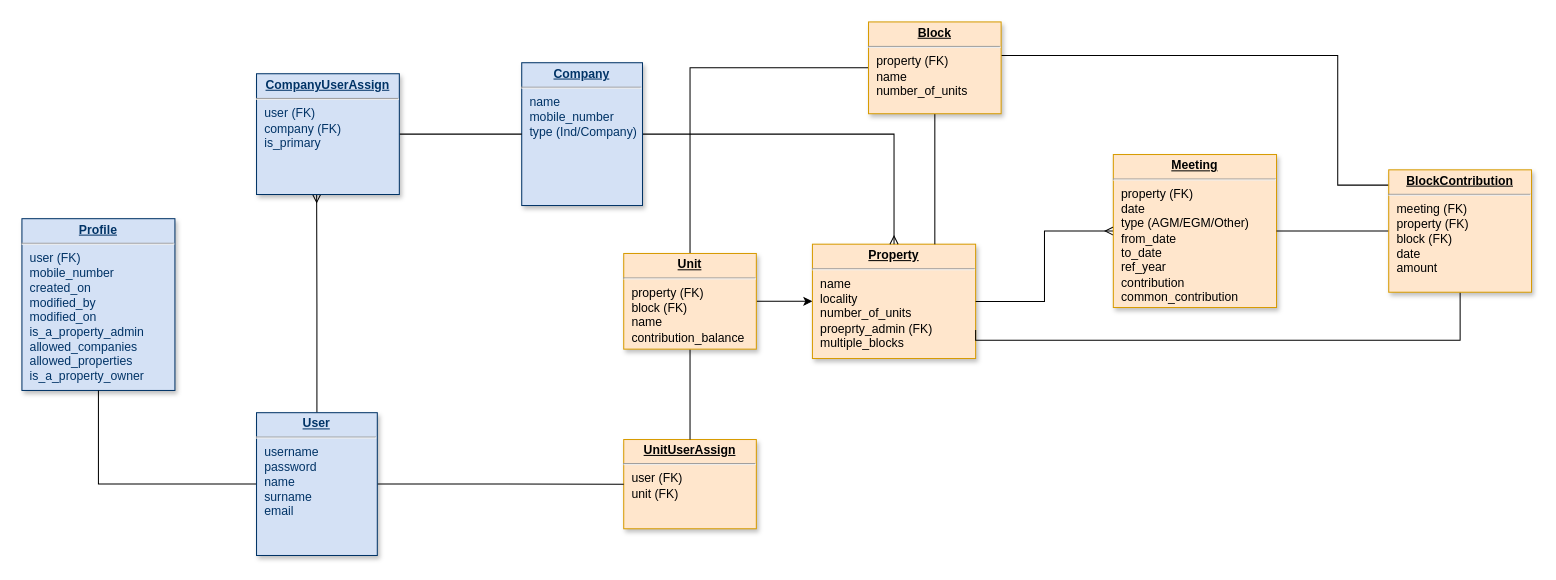
Above: Untitled Diagram.drawio in gilubilu/hello-world (draw.io), before the change. Source tidied: cells renumbered, new cells numbered last; positions are measured from the earlier drawing's top-left corner, leaving out a move shared by most shapes. Both pictures are drawn from the tidied source at 102%, with x=0, y=0 at pixel (21, 21).
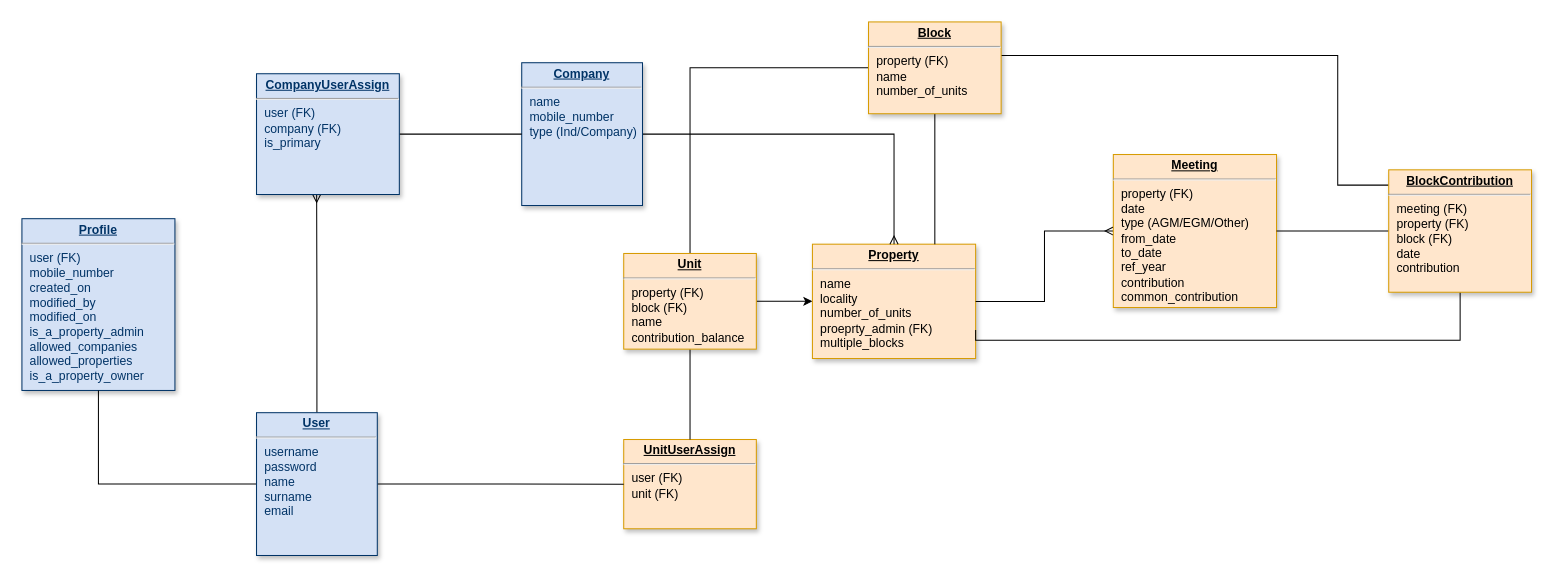
The same diagram, later.

What changed in the source:
```diff
@@
-    <mxCell id="22" value="&lt;p style=&quot;margin: 0px ; margin-top: 4px ; text-align: center ; text-decoration: underline&quot;&gt;&lt;strong&gt;BlockContribution&lt;/strong&gt;&lt;/p&gt;&lt;hr&gt;&lt;p style=&quot;margin: 0px ; margin-left: 8px&quot;&gt;meeting (FK)&lt;/p&gt;&lt;p style=&quot;margin: 0px ; margin-left: 8px&quot;&gt;property (FK)&lt;/p&gt;&lt;p style=&quot;margin: 0px ; margin-left: 8px&quot;&gt;block (FK)&lt;/p&gt;&lt;p style=&quot;margin: 0px ; margin-left: 8px&quot;&gt;date&lt;/p&gt;&lt;p style=&quot;margin: 0px ; margin-left: 8px&quot;&gt;&lt;span&gt;amount&lt;/span&gt;&lt;/p&gt;" style="verticalAlign=top;align=left;overflow=fill;fontSize=12;fontFamily=Helvetica;html=1;strokeColor=#d79b00;shadow=1;fillColor=#ffe6cc;direction=west;" parent="1" vertex="1">
+    <mxCell id="22" value="&lt;p style=&quot;margin: 0px ; margin-top: 4px ; text-align: center ; text-decoration: underline&quot;&gt;&lt;strong&gt;BlockContribution&lt;/strong&gt;&lt;/p&gt;&lt;hr&gt;&lt;p style=&quot;margin: 0px ; margin-left: 8px&quot;&gt;meeting (FK)&lt;/p&gt;&lt;p style=&quot;margin: 0px ; margin-left: 8px&quot;&gt;property (FK)&lt;/p&gt;&lt;p style=&quot;margin: 0px ; margin-left: 8px&quot;&gt;block (FK)&lt;/p&gt;&lt;p style=&quot;margin: 0px ; margin-left: 8px&quot;&gt;date&lt;/p&gt;&lt;p style=&quot;margin: 0px ; margin-left: 8px&quot;&gt;contribution&lt;br&gt;&lt;/p&gt;" style="verticalAlign=top;align=left;overflow=fill;fontSize=12;fontFamily=Helvetica;html=1;strokeColor=#d79b00;shadow=1;fillColor=#ffe6cc;direction=west;" parent="1" vertex="1">
       <mxGeometry x="1340" y="145" width="140" height="120" as="geometry" />
     </mxCell>
```
